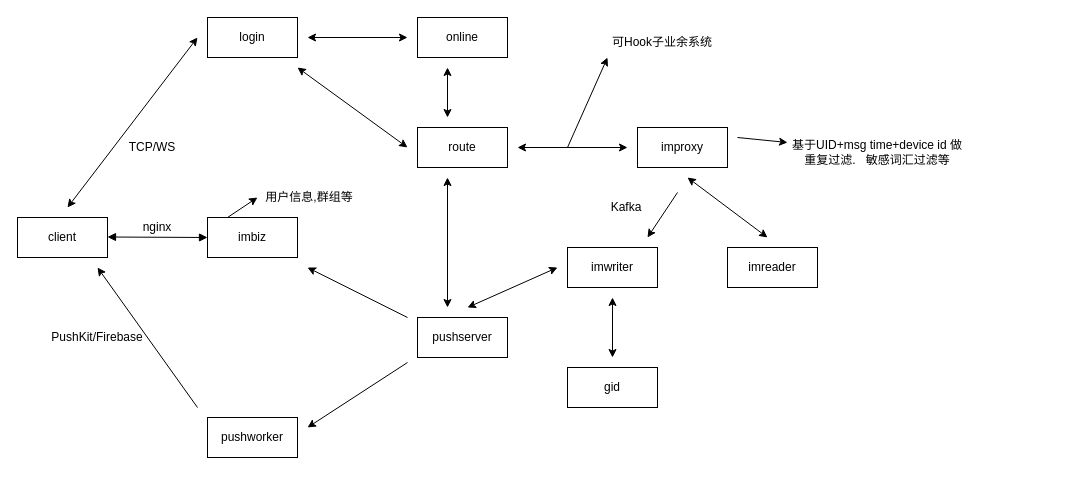
Before: drawio/im架构.drawio in hwholiday/learning_tools, a draw.io diagram. Source tidied: cells renumbered, new cells numbered last; positions are measured from the earlier drawing's top-left corner, leaving out a move shared by most shapes. Both pictures are drawn from the tidied source at 100%, with x=0, y=0 at pixel (17, 17).
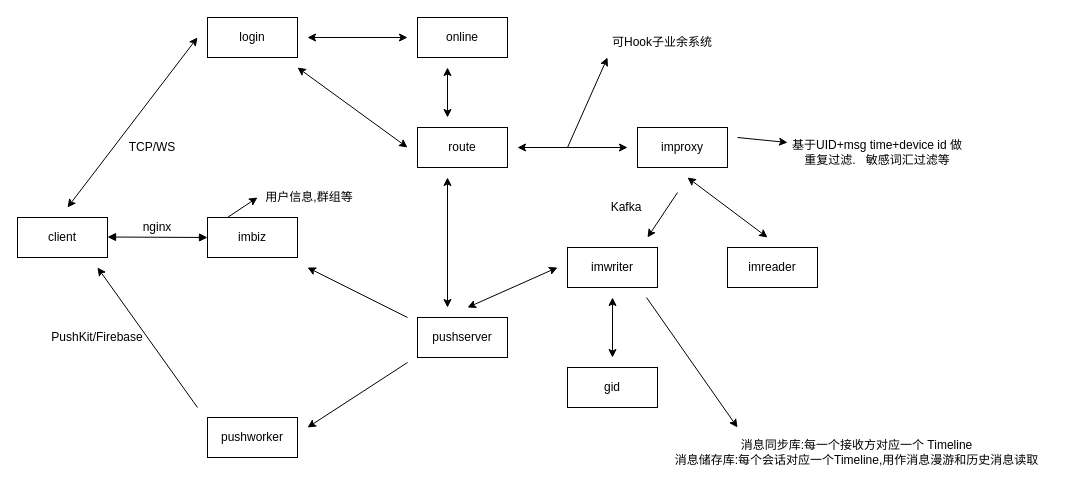
The same diagram, later.

The edit, as a diff of the source:
```diff
@@
+    <mxCell id="37" style="endArrow=classic;html=1;" parent="1" edge="1">
+      <mxGeometry relative="1" as="geometry">
+        <mxPoint x="629" y="280" as="sourcePoint" />
+        <mxPoint x="720" y="410" as="targetPoint" />
+      </mxGeometry>
+    </mxCell>
+    <mxCell id="38" value="消息同步库:每一个接收方对应一个 Timeline&lt;br&gt;消息储存库:每个会话对应一个Timeline,用作消息漫游和历史消息读取" style="text;html=1;strokeColor=none;fillColor=none;align=center;verticalAlign=middle;whiteSpace=wrap;rounded=0;" parent="1" vertex="1">
+      <mxGeometry x="640" y="420" width="399" height="30" as="geometry" />
+    </mxCell>
```
